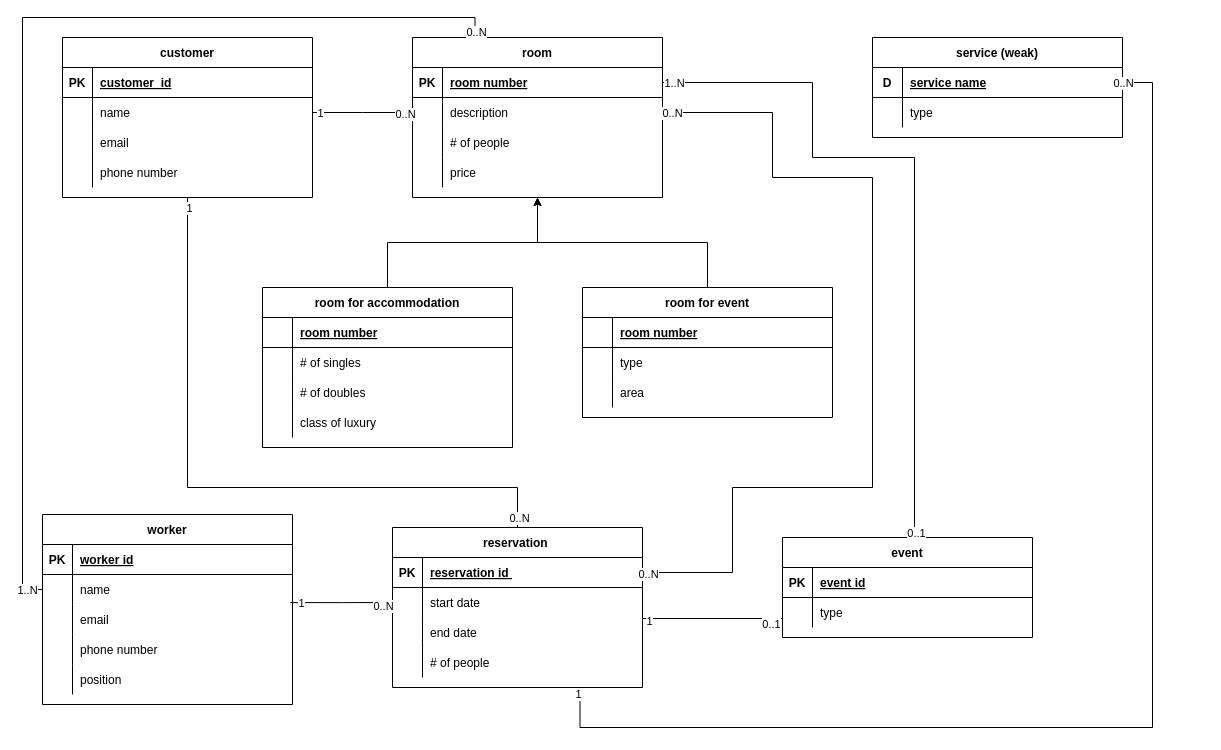
This is ids_er.drawio from pomjak/ids, a draw.io file, before an edit. Source tidied: cells renumbered, new cells numbered last; positions are measured from the earlier drawing's top-left corner, leaving out a move shared by most shapes. Both pictures are drawn from the tidied source at 100%, with x=0, y=0 at pixel (42, 37).
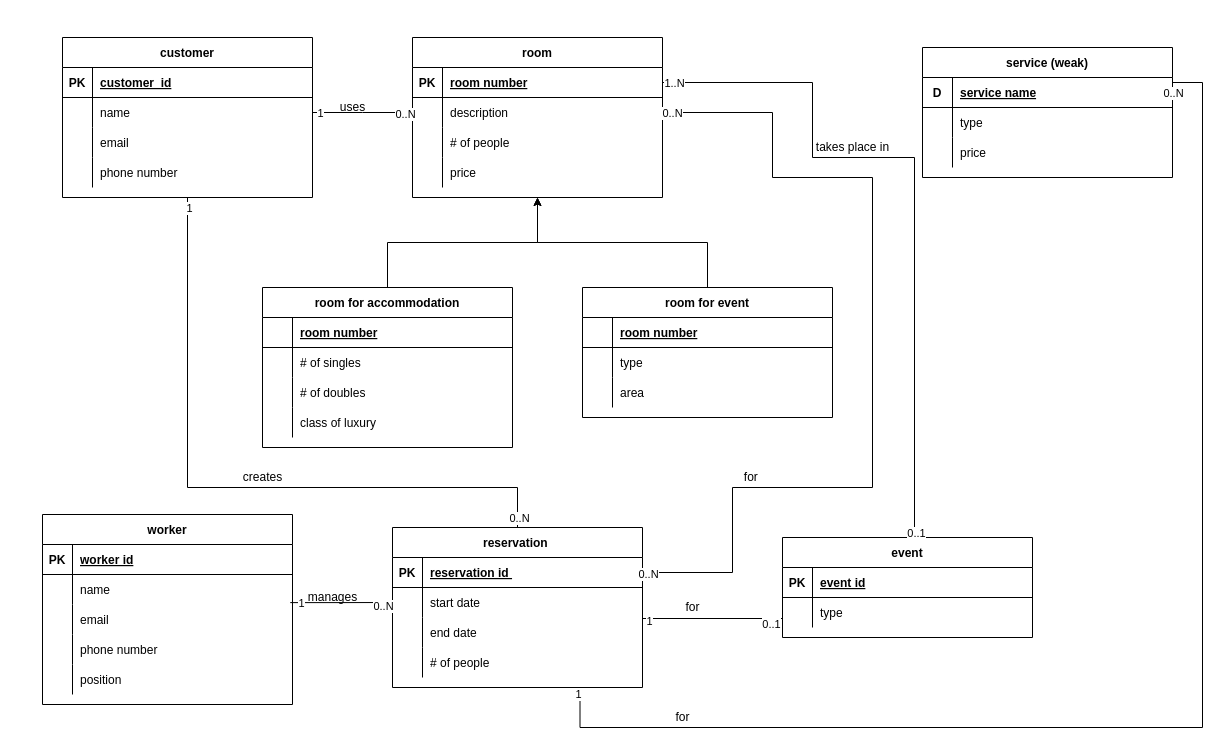
The same diagram, later.

The change refers to these unchanged cells:
```xml
<mxCell id="2" value="reservation " style="shape=table;startSize=30;childLayout=tableLayout;rowLines=0;fontStyle=1;align=center;" parent="1" vertex="1">
  <mxGeometry x="350" y="490" width="250" height="160" as="geometry" />
</mxCell>
<mxCell id="15" value="room" style="shape=table;startSize=30;childLayout=tableLayout;rowLines=0;fontStyle=1;align=center;" parent="1" vertex="1">
  <mxGeometry x="370" width="250" height="160" as="geometry" />
</mxCell>
<mxCell id="48" style="shape=partialRectangle;fillColor=none;points=[[0,0.5],[1,0.5]];portConstraint=eastwest;top=0;left=0;right=0;bottom=0;" parent="44" vertex="1">
  <mxGeometry y="60" width="250" height="30" as="geometry" />
</mxCell>
<mxCell id="74" style="shape=partialRectangle;fillColor=none;points=[[0,0.5],[1,0.5]];portConstraint=eastwest;top=0;left=0;right=0;bottom=1;" parent="73" vertex="1">
  <mxGeometry y="30" width="250" height="30" as="geometry" />
</mxCell>
```

Diff of the diagram source:
```diff
@@
     <mxCell id="73" value="service (weak)" style="shape=table;startSize=30;childLayout=tableLayout;rowLines=0;fontStyle=1;align=center;" parent="1" vertex="1">
-      <mxGeometry x="830" width="250" height="100" as="geometry" />
+      <mxGeometry x="880" y="10" width="250" height="130" as="geometry" />
     </mxCell>
@@
+    <mxCell id="120" style="shape=partialRectangle;fillColor=none;top=0;left=0;right=0;bottom=0;" parent="73" vertex="1">
+      <mxGeometry y="90" width="250" height="30" as="geometry" />
+    </mxCell>
+    <mxCell id="121" style="shape=partialRectangle;overflow=hidden;fillColor=none;top=0;left=0;bottom=0;right=0;" parent="120" vertex="1">
+      <mxGeometry width="30" height="30" as="geometry" />
+    </mxCell>
+    <mxCell id="122" value="price" style="shape=partialRectangle;overflow=hidden;fillColor=none;top=0;left=0;bottom=0;right=0;align=left;spacingLeft=6;" parent="120" vertex="1">
+      <mxGeometry x="30" width="220" height="30" as="geometry" />
+    </mxCell>
@@
     <mxCell id="83" style="edgeStyle=orthogonalEdgeStyle;rounded=0;jettySize=auto;html=1;exitX=1;exitY=0.5;exitDx=0;exitDy=0;entryX=0.75;entryY=1;entryDx=0;entryDy=0;endArrow=none;endFill=0;" parent="1" edge="1" source="74" target="2">
       <mxGeometry relative="1" as="geometry">
         <Array as="points">
-          <mxPoint x="1110" y="45" />
-          <mxPoint x="1110" y="690" />
+          <mxPoint x="1130" y="45" />
+          <mxPoint x="1160" y="45" />
+          <mxPoint x="1160" y="690" />
           <mxPoint x="538" y="690" />
         </Array>
       </mxGeometry>
     </mxCell>
@@
-    <mxCell id="117" style="edgeStyle=orthogonalEdgeStyle;rounded=0;jettySize=auto;html=1;exitX=0;exitY=0.5;exitDx=0;exitDy=0;entryX=0.25;entryY=0;entryDx=0;entryDy=0;endArrow=none;endFill=0;" parent="1" edge="1" source="48" target="15">
-      <mxGeometry relative="1" as="geometry" />
-    </mxCell>
-    <mxCell id="118" value="0..N" style="edgeLabel;html=1;align=center;verticalAlign=middle;" parent="117" vertex="1">
-      <mxGeometry x="0.99" y="1" relative="1" as="geometry" />
-    </mxCell>
-    <mxCell id="119" value="1..N" style="edgeLabel;html=1;align=center;verticalAlign=middle;" parent="117" vertex="1">
-      <mxGeometry x="-0.97" relative="1" as="geometry" />
-    </mxCell>
+    <mxCell id="123" value="manages" style="text;html=1;align=center;verticalAlign=middle;strokeColor=none;fillColor=none;" parent="1" vertex="1">
+      <mxGeometry x="255" y="545" width="70" height="30" as="geometry" />
+    </mxCell>
+    <mxCell id="124" value="uses" style="text;html=1;align=center;verticalAlign=middle;strokeColor=none;fillColor=none;" parent="1" vertex="1">
+      <mxGeometry x="285" y="55" width="50" height="30" as="geometry" />
+    </mxCell>
+    <mxCell id="125" value="creates" style="text;html=1;align=center;verticalAlign=middle;strokeColor=none;fillColor=none;" parent="1" vertex="1">
+      <mxGeometry x="190" y="425" width="60" height="30" as="geometry" />
+    </mxCell>
+    <mxCell id="126" value="for&amp;nbsp;" style="text;html=1;align=center;verticalAlign=middle;strokeColor=none;fillColor=none;" parent="1" vertex="1">
+      <mxGeometry x="690" y="425" width="40" height="30" as="geometry" />
+    </mxCell>
+    <mxCell id="127" value="for" style="text;html=1;align=center;verticalAlign=middle;strokeColor=none;fillColor=none;" parent="1" vertex="1">
+      <mxGeometry x="630" y="555" width="40" height="30" as="geometry" />
+    </mxCell>
+    <mxCell id="128" value="&amp;nbsp; &amp;nbsp; &amp;nbsp; takes place in" style="text;html=1;align=center;verticalAlign=middle;strokeColor=none;fillColor=none;" parent="1" vertex="1">
+      <mxGeometry x="740" y="95" width="120" height="30" as="geometry" />
+    </mxCell>
+    <mxCell id="129" value="for" style="text;html=1;align=center;verticalAlign=middle;strokeColor=none;fillColor=none;" parent="1" vertex="1">
+      <mxGeometry x="620" y="665" width="40" height="30" as="geometry" />
+    </mxCell>
```
